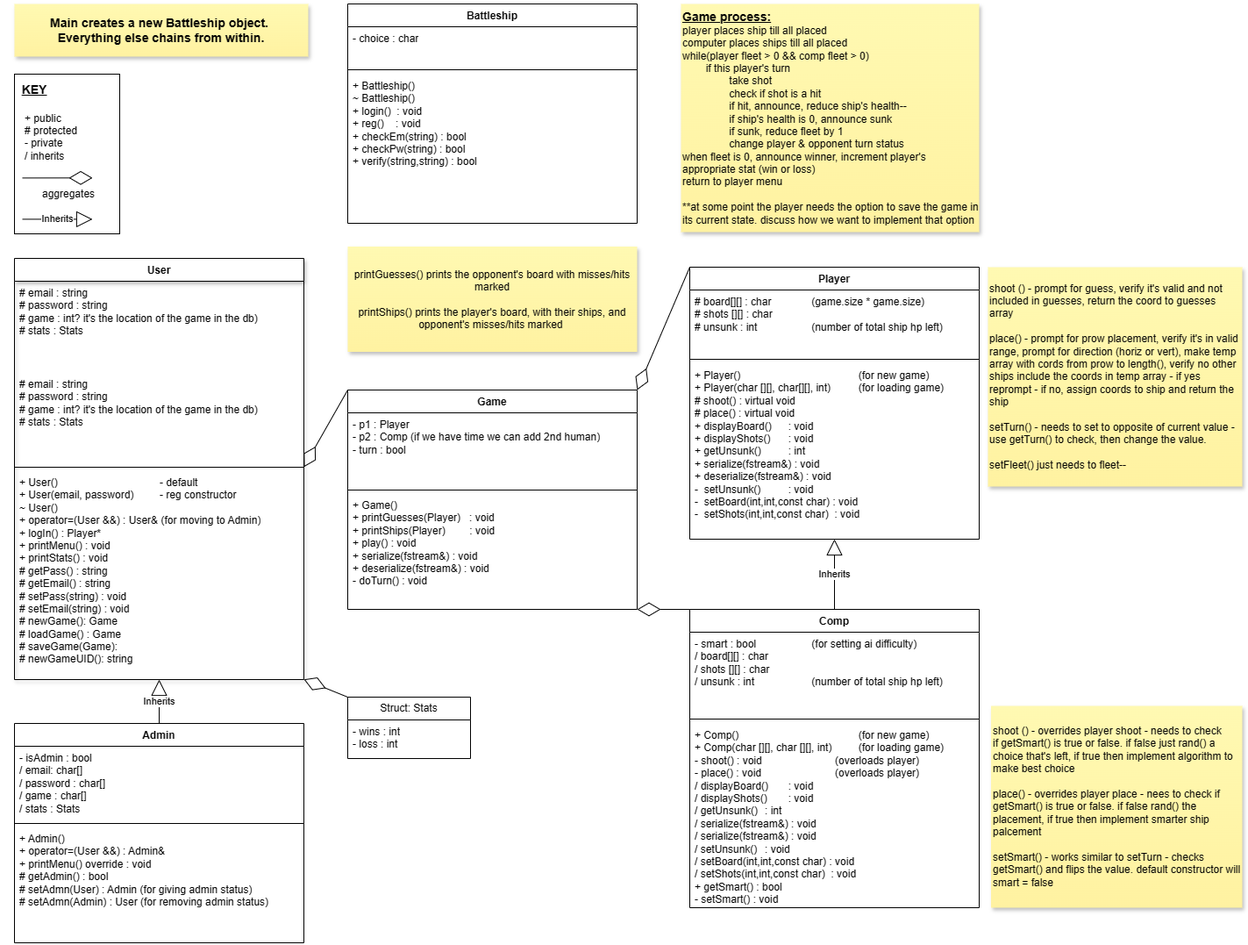
StephaniePeacock/Battleship keeps this draw.io diagram as BattleshipClasses.drawio.png. Above is the earlier version. Source tidied: cells renumbered, new cells last; positions are measured from the earlier drawing's top-left corner, leaving out a move shared by most shapes.
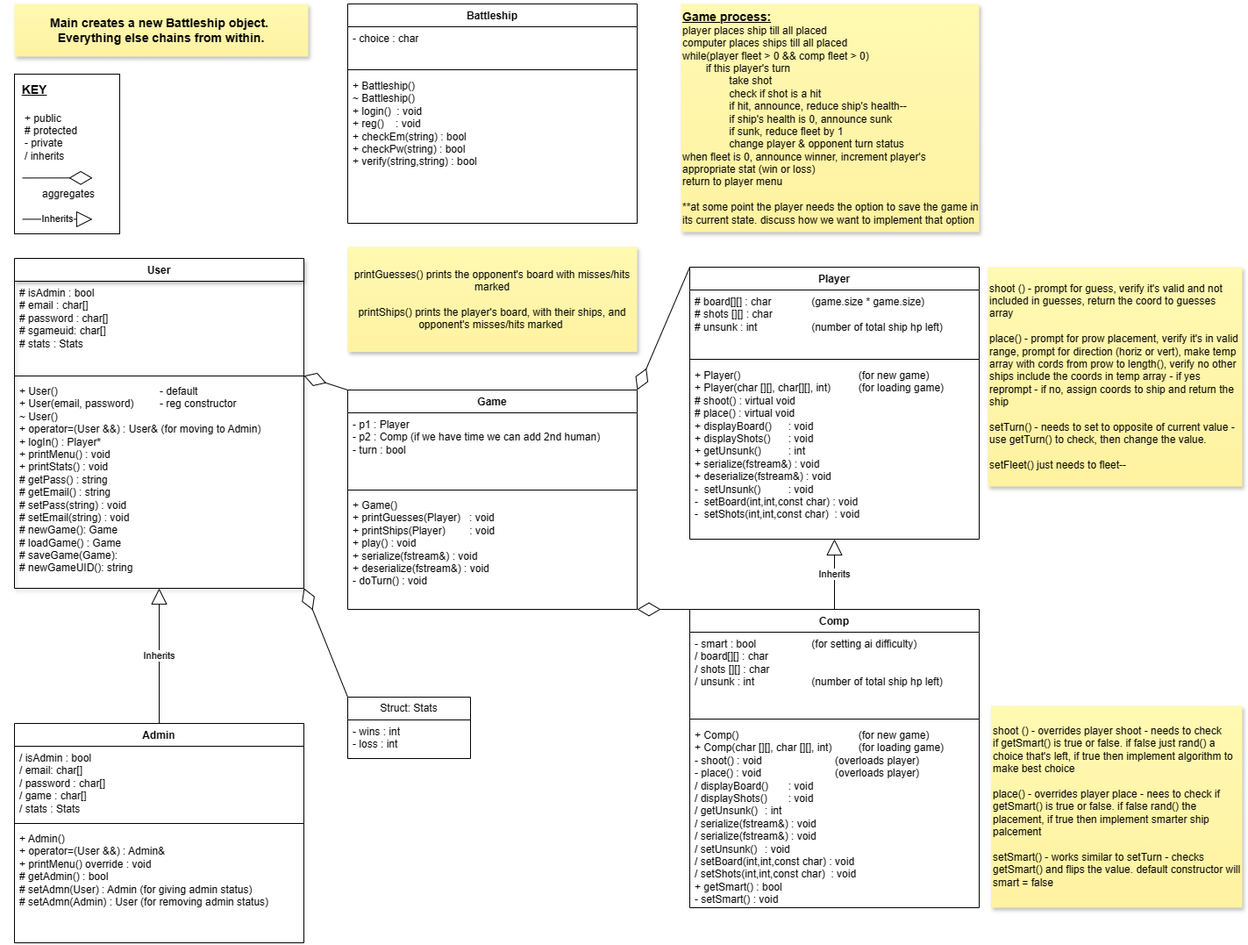
Above is the later version.

Diff of the diagram source:
```diff
@@ -3,19 +3,16 @@
     <mxCell id="0" />
     <mxCell id="1" parent="0" />
     <mxCell id="2" value="User" style="swimlane;fontStyle=1;align=center;verticalAlign=top;horizontal=1;startSize=26;whiteSpace=wrap;html=1;shadow=1;" parent="1" vertex="1">
-      <mxGeometry y="290" width="330" height="480" as="geometry" />
+      <mxGeometry y="290" width="330" height="376" as="geometry" />
     </mxCell>
-    <mxCell id="3" value="# email : string&lt;br&gt;# password : string&lt;div&gt;&lt;div&gt;# game : int? it's the location of the game in the db)&lt;/div&gt;&lt;div&gt;# stats : Stats&lt;/div&gt;&lt;/div&gt;" style="text;strokeColor=none;fillColor=none;align=left;verticalAlign=top;spacingLeft=4;spacingRight=4;overflow=hidden;whiteSpace=wrap;html=1;" parent="2" vertex="1">
+    <mxCell id="3" value="&lt;div&gt;# isAdmin : bool&lt;br&gt;&lt;/div&gt;&lt;div&gt;&lt;span style=&quot;background-color: initial;&quot;&gt;# email : char[]&lt;/span&gt;&lt;br&gt;&lt;/div&gt;# password : char[]&lt;div&gt;&lt;div&gt;# sgameuid: char[]&lt;/div&gt;&lt;div&gt;# stats : Stats&lt;/div&gt;&lt;/div&gt;" style="text;strokeColor=none;fillColor=none;align=left;verticalAlign=top;spacingLeft=4;spacingRight=4;overflow=hidden;whiteSpace=wrap;html=1;" parent="2" vertex="1">
       <mxGeometry y="26" width="330" height="104" as="geometry" />
     </mxCell>
-    <mxCell id="4" value="# email : string&lt;br&gt;# password : string&lt;div&gt;&lt;div&gt;# game : int? it's the location of the game in the db)&lt;/div&gt;&lt;div&gt;# stats : Stats&lt;/div&gt;&lt;/div&gt;" style="text;strokeColor=none;fillColor=none;align=left;verticalAlign=top;spacingLeft=4;spacingRight=4;overflow=hidden;whiteSpace=wrap;html=1;" parent="2" vertex="1">
-      <mxGeometry y="130" width="330" height="104" as="geometry" />
-    </mxCell>
     <mxCell id="5" style="line;strokeWidth=1;fillColor=none;align=left;verticalAlign=middle;spacingTop=-1;spacingLeft=3;spacingRight=3;labelPosition=right;points=[];portConstraint=eastwest;strokeColor=inherit;" parent="2" vertex="1">
-      <mxGeometry y="234" width="330" height="8" as="geometry" />
+      <mxGeometry y="130" width="330" height="8" as="geometry" />
     </mxCell>
     <mxCell id="6" value="+ User()&lt;span style=&quot;white-space: pre;&quot;&gt;&#9;&lt;/span&gt;&lt;span style=&quot;white-space: pre;&quot;&gt;&#9;&lt;/span&gt;&lt;span style=&quot;white-space: pre;&quot;&gt;&#9;&lt;span style=&quot;white-space: pre;&quot;&gt;&#9;&lt;/span&gt;&lt;span style=&quot;white-space: pre;&quot;&gt;&#9;&lt;/span&gt;&lt;/span&gt;- default&lt;br&gt;+ User(email, password) &lt;span style=&quot;white-space: pre;&quot;&gt;&#9;&lt;/span&gt;- reg constructor&lt;div&gt;&lt;div&gt;~ User()&lt;/div&gt;&lt;div&gt;+ operator=(User &amp;amp;&amp;amp;) : User&amp;amp; (for moving to Admin)&lt;br&gt;&lt;div&gt;+ logIn() : Player*&lt;/div&gt;&lt;div&gt;+ printMenu() : void&lt;/div&gt;&lt;/div&gt;&lt;div&gt;+ printStats() : void&lt;/div&gt;&lt;div&gt;# getPass() : string&lt;/div&gt;&lt;div&gt;# getEmail() : string&lt;/div&gt;&lt;div&gt;&lt;span style=&quot;background-color: initial;&quot;&gt;# setPass(string) : void&lt;/span&gt;&lt;br&gt;&lt;/div&gt;&lt;div&gt;# setEmail(string) : void&lt;/div&gt;&lt;div&gt;# newGame(): Game&lt;/div&gt;&lt;div&gt;# loadGame() : Game&lt;/div&gt;&lt;div&gt;# saveGame(Game):&lt;/div&gt;&lt;div&gt;# newGameUID(): string&lt;/div&gt;&lt;div&gt;&lt;br&gt;&lt;/div&gt;&lt;/div&gt;" style="text;strokeColor=none;fillColor=none;align=left;verticalAlign=top;spacingLeft=4;spacingRight=4;overflow=hidden;points=[[0,0.5],[1,0.5]];portConstraint=eastwest;whiteSpace=wrap;html=1;" parent="2" vertex="1">
-      <mxGeometry y="242" width="330" height="238" as="geometry" />
+      <mxGeometry y="138" width="330" height="238" as="geometry" />
     </mxCell>
     <mxCell id="7" value="Player" style="swimlane;fontStyle=1;align=center;verticalAlign=top;horizontal=1;startSize=26;whiteSpace=wrap;html=1;" parent="1" vertex="1">
       <mxGeometry x="770" y="300" width="330" height="310" as="geometry" />
@@ -32,7 +29,7 @@
     <mxCell id="11" value="Admin" style="swimlane;fontStyle=1;align=center;verticalAlign=top;horizontal=1;startSize=26;whiteSpace=wrap;html=1;" parent="1" vertex="1">
       <mxGeometry y="820" width="330" height="250" as="geometry" />
     </mxCell>
-    <mxCell id="12" value="- isAdmin : bool&lt;div&gt;/ email: char[]&lt;/div&gt;&lt;div&gt;/ password : char[]&lt;/div&gt;&lt;div&gt;/ game : char[]&lt;/div&gt;&lt;div&gt;/ stats : Stats&lt;/div&gt;&lt;div&gt;&lt;br&gt;&lt;/div&gt;" style="text;strokeColor=none;fillColor=none;align=left;verticalAlign=top;spacingLeft=4;spacingRight=4;overflow=hidden;whiteSpace=wrap;html=1;" parent="11" vertex="1">
+    <mxCell id="12" value="/ isAdmin : bool&lt;div&gt;/ email: char[]&lt;/div&gt;&lt;div&gt;/ password : char[]&lt;/div&gt;&lt;div&gt;/ game : char[]&lt;/div&gt;&lt;div&gt;/ stats : Stats&lt;/div&gt;&lt;div&gt;&lt;br&gt;&lt;/div&gt;" style="text;strokeColor=none;fillColor=none;align=left;verticalAlign=top;spacingLeft=4;spacingRight=4;overflow=hidden;whiteSpace=wrap;html=1;" parent="11" vertex="1">
       <mxGeometry y="26" width="330" height="84" as="geometry" />
     </mxCell>
     <mxCell id="13" style="line;strokeWidth=1;fillColor=none;align=left;verticalAlign=middle;spacingTop=-1;spacingLeft=3;spacingRight=3;labelPosition=right;strokeColor=inherit;" parent="11" vertex="1">
```
